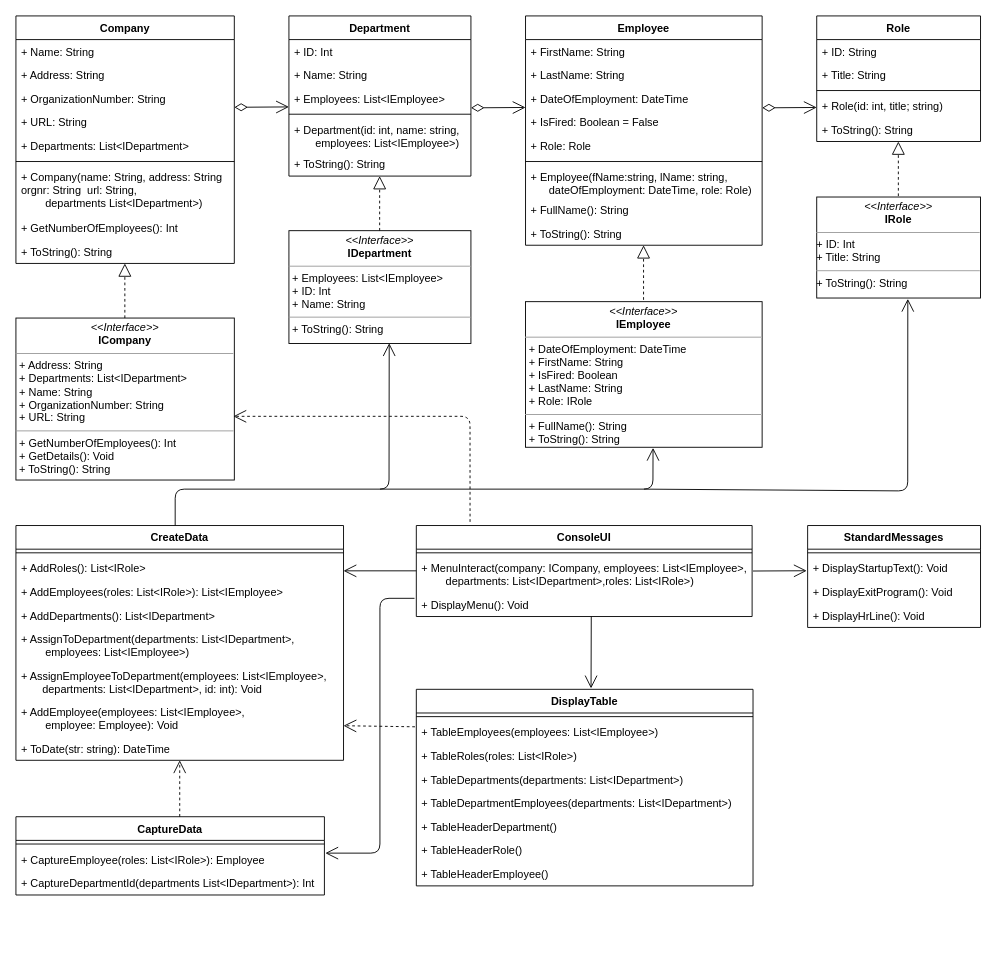
Earlier version of the draw.io diagram laboration_3/DICE.drawio (philipsinnott/gik2f7_laborationer). Source tidied: cells renumbered, new cells numbered last; positions are measured from the earlier drawing's top-left corner, leaving out a move shared by most shapes. Both pictures are drawn from the tidied source at 91%, with x=0, y=0 at pixel (15, 15).
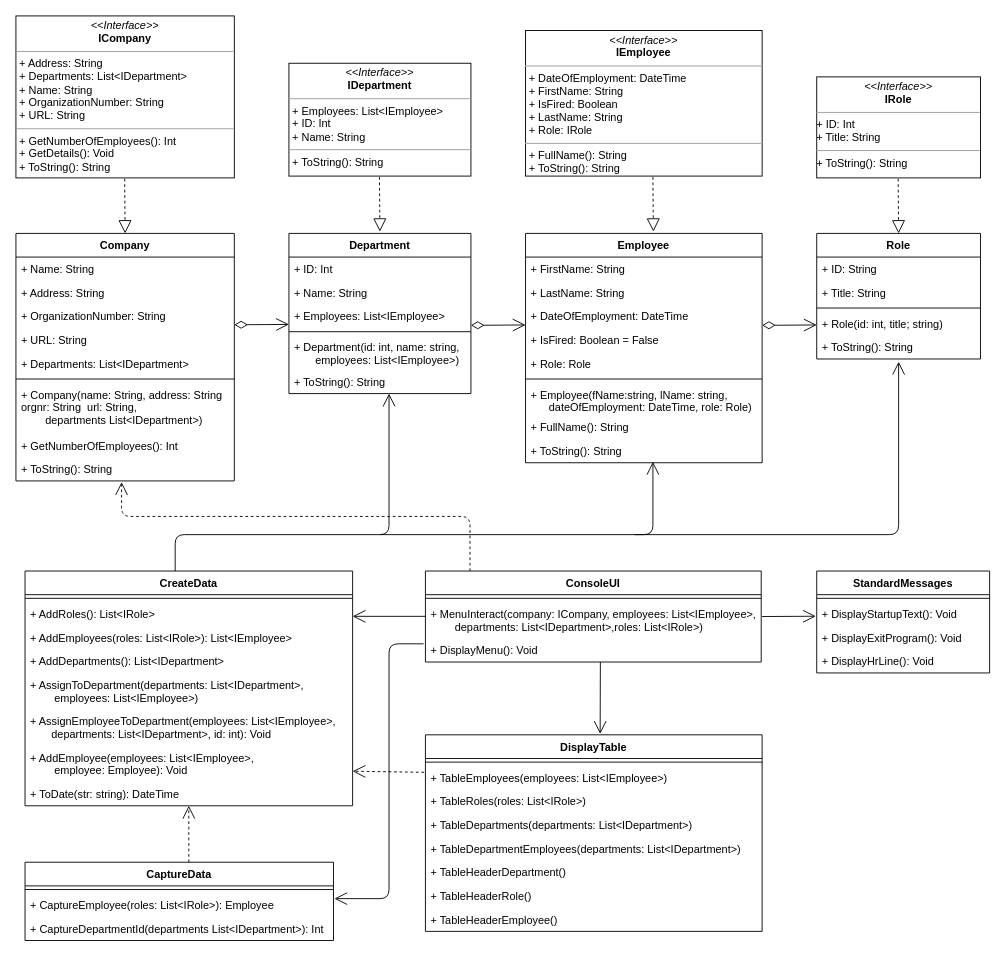
The same diagram, later.

Unchanged cells that the change refers to:
```xml
<mxCell id="15" value="+ Employees: List&lt;IEmployee&gt;" style="text;strokeColor=none;fillColor=none;align=left;verticalAlign=top;spacingLeft=4;spacingRight=4;overflow=hidden;points=[[0,0.5],[1,0.5]];portConstraint=eastwest;" parent="12" vertex="1">
  <mxGeometry y="78" width="200" height="26" as="geometry" />
</mxCell>
<mxCell id="33" value="+ DisplayMenu(): Void" style="text;strokeColor=none;fillColor=none;align=left;verticalAlign=top;spacingLeft=4;spacingRight=4;overflow=hidden;points=[[0,0.5],[1,0.5]];portConstraint=eastwest;" parent="30" vertex="1">
  <mxGeometry y="74" width="369" height="26" as="geometry" />
</mxCell>
<mxCell id="45" value="+ TableEmployees(employees: List&lt;IEmployee&gt;)" style="text;strokeColor=none;fillColor=none;align=left;verticalAlign=top;spacingLeft=4;spacingRight=4;overflow=hidden;points=[[0,0.5],[1,0.5]];portConstraint=eastwest;" parent="43" vertex="1">
  <mxGeometry y="34" width="370" height="26" as="geometry" />
</mxCell>
<mxCell id="54" value="+ CaptureEmployee(roles: List&lt;IRole&gt;): Employee" style="text;strokeColor=none;fillColor=none;align=left;verticalAlign=top;spacingLeft=4;spacingRight=4;overflow=hidden;points=[[0,0.5],[1,0.5]];portConstraint=eastwest;" parent="52" vertex="1">
  <mxGeometry y="34" width="339" height="26" as="geometry" />
</mxCell>
<mxCell id="68" value="+ ToString(): String" style="text;strokeColor=none;fillColor=none;align=left;verticalAlign=top;spacingLeft=4;spacingRight=4;overflow=hidden;points=[[0,0.5],[1,0.5]];portConstraint=eastwest;" parent="59" vertex="1">
  <mxGeometry y="246" width="240" height="26" as="geometry" />
</mxCell>
```

The edit, as a diff of the source:
```diff
@@
     <mxCell id="2" value="Employee" style="swimlane;fontStyle=1;align=center;verticalAlign=top;horizontal=1;startSize=26;" parent="1" vertex="1">
-      <mxGeometry x="560" width="260" height="252" as="geometry" />
+      <mxGeometry x="560" y="239" width="260" height="252" as="geometry" />
     </mxCell>
@@
     <mxCell id="12" value="Department&#10;" style="swimlane;fontStyle=1;align=center;verticalAlign=top;horizontal=1;startSize=26;" parent="1" vertex="1">
-      <mxGeometry x="300" width="200" height="176" as="geometry" />
+      <mxGeometry x="300" y="239" width="200" height="176" as="geometry" />
     </mxCell>
@@
     <mxCell id="19" value="Role" style="swimlane;fontStyle=1;align=center;verticalAlign=top;horizontal=1;startSize=26;" parent="1" vertex="1">
-      <mxGeometry x="880" width="180" height="138" as="geometry" />
+      <mxGeometry x="880" y="239" width="180" height="138" as="geometry" />
     </mxCell>
@@
     <mxCell id="25" value="StandardMessages" style="swimlane;fontStyle=1;align=center;verticalAlign=top;horizontal=1;startSize=26;" parent="1" vertex="1">
-      <mxGeometry x="870" y="560" width="190" height="112" as="geometry" />
+      <mxGeometry x="880" y="610" width="190" height="112" as="geometry" />
     </mxCell>
@@
     <mxCell id="30" value="ConsoleUI" style="swimlane;fontStyle=1;align=center;verticalAlign=top;horizontal=1;startSize=26;" parent="1" vertex="1">
-      <mxGeometry x="440" y="560" width="369" height="100" as="geometry" />
+      <mxGeometry x="450" y="610" width="369" height="100" as="geometry" />
     </mxCell>
@@
     <mxCell id="34" value="CreateData" style="swimlane;fontStyle=1;align=center;verticalAlign=top;horizontal=1;startSize=26;" parent="1" vertex="1">
-      <mxGeometry y="560" width="360" height="258" as="geometry" />
+      <mxGeometry x="10" y="610" width="360" height="258" as="geometry" />
     </mxCell>
@@
     <mxCell id="43" value="DisplayTable" style="swimlane;fontStyle=1;align=center;verticalAlign=top;horizontal=1;startSize=26;" parent="1" vertex="1">
-      <mxGeometry x="440" y="740" width="370" height="216" as="geometry" />
+      <mxGeometry x="450" y="790" width="370" height="216" as="geometry" />
     </mxCell>
@@
     <mxCell id="52" value="CaptureData" style="swimlane;fontStyle=1;align=center;verticalAlign=top;horizontal=1;startSize=26;" parent="1" vertex="1">
-      <mxGeometry y="880" width="339" height="86" as="geometry" />
+      <mxGeometry x="10" y="930" width="339" height="86" as="geometry" />
     </mxCell>
@@
     <mxCell id="56" style="endArrow=open;html=1;startArrow=diamondThin;startFill=0;strokeWidth=1;endSize=12;startSize=12;endFill=0;" parent="1" edge="1">
       <mxGeometry relative="1" as="geometry">
-        <mxPoint x="500" y="101" as="sourcePoint" />
-        <mxPoint x="560" y="100.6" as="targetPoint" />
+        <mxPoint x="500" y="340" as="sourcePoint" />
+        <mxPoint x="560" y="339.6" as="targetPoint" />
       </mxGeometry>
     </mxCell>
     <mxCell id="57" style="endArrow=open;endFill=0;endSize=12;html=1;entryX=1.003;entryY=0.231;entryDx=0;entryDy=0;entryPerimeter=0;" parent="1" edge="1" target="54">
       <mxGeometry relative="1" as="geometry">
-        <mxPoint x="438" y="640" as="sourcePoint" />
+        <mxPoint x="448" y="690" as="sourcePoint" />
         <Array as="points">
-          <mxPoint x="400" y="640" />
-          <mxPoint x="400" y="920" />
+          <mxPoint x="410" y="690" />
+          <mxPoint x="410" y="970" />
         </Array>
       </mxGeometry>
     </mxCell>
     <mxCell id="58" style="endArrow=open;html=1;startArrow=diamondThin;startFill=0;strokeWidth=1;endSize=12;startSize=12;endFill=0;entryX=0;entryY=0.846;entryDx=0;entryDy=0;entryPerimeter=0;" parent="1" edge="1" target="15">
       <mxGeometry relative="1" as="geometry">
-        <mxPoint x="240" y="100.4" as="sourcePoint" />
+        <mxPoint x="240" y="339.4" as="sourcePoint" />
       </mxGeometry>
     </mxCell>
     <mxCell id="59" value="Company" style="swimlane;fontStyle=1;align=center;verticalAlign=top;horizontal=1;startSize=26;" parent="1" vertex="1">
-      <mxGeometry width="240" height="272" as="geometry" />
+      <mxGeometry y="239" width="240" height="272" as="geometry" />
     </mxCell>
@@
     <mxCell id="69" value="&lt;p style=&quot;margin: 0px ; margin-top: 4px ; text-align: center&quot;&gt;&lt;i&gt;&amp;lt;&amp;lt;Interface&amp;gt;&amp;gt;&lt;/i&gt;&lt;br&gt;&lt;b&gt;ICompany&lt;/b&gt;&lt;/p&gt;&lt;hr size=&quot;1&quot;&gt;&lt;p style=&quot;margin: 0px ; margin-left: 4px&quot;&gt;+ Address: String&lt;br&gt;+ Departments: List&amp;lt;IDepartment&amp;gt;&lt;/p&gt;&lt;p style=&quot;margin: 0px ; margin-left: 4px&quot;&gt;+ Name: String&lt;/p&gt;&lt;p style=&quot;margin: 0px ; margin-left: 4px&quot;&gt;+ OrganizationNumber: String&lt;/p&gt;&lt;p style=&quot;margin: 0px ; margin-left: 4px&quot;&gt;+ URL: String&lt;br&gt;&lt;/p&gt;&lt;hr size=&quot;1&quot;&gt;&lt;p style=&quot;margin: 0px ; margin-left: 4px&quot;&gt;+ GetNumberOfEmployees(): Int&lt;span&gt;&lt;br&gt;&lt;/span&gt;&lt;/p&gt;&lt;p style=&quot;margin: 0px ; margin-left: 4px&quot;&gt;+ GetDetails(): Void&lt;br&gt;&lt;/p&gt;&lt;p style=&quot;margin: 0px ; margin-left: 4px&quot;&gt;&lt;span&gt;+ ToString(): String&lt;/span&gt;&lt;br&gt;&lt;/p&gt;" style="verticalAlign=top;align=left;overflow=fill;fontSize=12;fontFamily=Helvetica;html=1;" parent="1" vertex="1">
-      <mxGeometry y="332" width="240" height="178" as="geometry" />
+      <mxGeometry width="240" height="178" as="geometry" />
     </mxCell>
     <mxCell id="70" value="&lt;p style=&quot;margin: 0px ; margin-top: 4px ; text-align: center&quot;&gt;&lt;i&gt;&amp;lt;&amp;lt;Interface&amp;gt;&amp;gt;&lt;/i&gt;&lt;br&gt;&lt;b&gt;IDepartment&lt;/b&gt;&lt;br&gt;&lt;/p&gt;&lt;hr size=&quot;1&quot;&gt;&lt;p style=&quot;margin: 0px ; margin-left: 4px&quot;&gt;+ Employees: List&amp;lt;IEmployee&amp;gt;&lt;br&gt;+ ID: Int&lt;/p&gt;&lt;p style=&quot;margin: 0px ; margin-left: 4px&quot;&gt;+ Name: String&lt;br&gt;&lt;/p&gt;&lt;hr size=&quot;1&quot;&gt;&lt;p style=&quot;margin: 0px ; margin-left: 4px&quot;&gt;&lt;span&gt;+ ToString(): String&lt;/span&gt;&lt;br&gt;&lt;/p&gt;" style="verticalAlign=top;align=left;overflow=fill;fontSize=12;fontFamily=Helvetica;html=1;" parent="1" vertex="1">
-      <mxGeometry x="300" y="236" width="200" height="124" as="geometry" />
+      <mxGeometry x="300" y="52" width="200" height="124" as="geometry" />
     </mxCell>
     <mxCell id="71" value="&lt;p style=&quot;margin: 0px ; margin-top: 4px ; text-align: center&quot;&gt;&lt;i&gt;&amp;lt;&amp;lt;Interface&amp;gt;&amp;gt;&lt;/i&gt;&lt;br&gt;&lt;b&gt;IEmployee&lt;/b&gt;&lt;br&gt;&lt;/p&gt;&lt;hr size=&quot;1&quot;&gt;&lt;p style=&quot;margin: 0px ; margin-left: 4px&quot;&gt;+ DateOfEmployment: DateTime&lt;br&gt;+ FirstName: String&lt;br&gt;&lt;/p&gt;&lt;p style=&quot;margin: 0px ; margin-left: 4px&quot;&gt;+ IsFired: Boolean&lt;br&gt;&lt;/p&gt;&lt;p style=&quot;margin: 0px ; margin-left: 4px&quot;&gt;+ LastName: String&lt;br&gt;&lt;/p&gt;&lt;p style=&quot;margin: 0px ; margin-left: 4px&quot;&gt;+ Role: IRole&lt;br&gt;&lt;/p&gt;&lt;hr size=&quot;1&quot;&gt;&lt;p style=&quot;margin: 0px ; margin-left: 4px&quot;&gt;+ FullName(): String&lt;/p&gt;&lt;p style=&quot;margin: 0px ; margin-left: 4px&quot;&gt;&lt;span&gt;+ ToString(): String&lt;/span&gt;&lt;br&gt;&lt;/p&gt;" style="verticalAlign=top;align=left;overflow=fill;fontSize=12;fontFamily=Helvetica;html=1;" parent="1" vertex="1">
-      <mxGeometry x="560" y="314" width="260" height="160" as="geometry" />
+      <mxGeometry x="560" y="16" width="260" height="160" as="geometry" />
     </mxCell>
     <mxCell id="72" value="&lt;p style=&quot;margin: 0px ; margin-top: 4px ; text-align: center&quot;&gt;&lt;i&gt;&amp;lt;&amp;lt;Interface&amp;gt;&amp;gt;&lt;/i&gt;&lt;br&gt;&lt;b&gt;IRole&lt;/b&gt;&lt;br&gt;&lt;/p&gt;&lt;hr size=&quot;1&quot;&gt;&lt;div&gt;+ ID: Int&lt;/div&gt;&lt;div&gt;+ Title: String&lt;br&gt;&lt;/div&gt;&lt;hr size=&quot;1&quot;&gt;&lt;p style=&quot;margin: 0px ; margin-left: 4px&quot;&gt;&lt;/p&gt;+ ToString(): String" style="verticalAlign=top;align=left;overflow=fill;fontSize=12;fontFamily=Helvetica;html=1;" parent="1" vertex="1">
-      <mxGeometry x="880" y="199" width="180" height="111" as="geometry" />
+      <mxGeometry x="880" y="67" width="180" height="111" as="geometry" />
     </mxCell>
-    <mxCell id="73" style="endArrow=block;dashed=1;endFill=0;endSize=12;html=1;" parent="1" edge="1">
-      <mxGeometry relative="1" as="geometry">
-        <mxPoint x="969.7" y="198" as="sourcePoint" />
-        <mxPoint x="969.7" y="138" as="targetPoint" />
-      </mxGeometry>
-    </mxCell>
     <mxCell id="74" style="endArrow=open;endFill=0;endSize=12;html=1;" parent="1" edge="1">
       <mxGeometry relative="1" as="geometry">
-        <mxPoint x="810" y="610" as="sourcePoint" />
-        <mxPoint x="869" y="609.7" as="targetPoint" />
+        <mxPoint x="820" y="660" as="sourcePoint" />
+        <mxPoint x="879" y="659.7" as="targetPoint" />
       </mxGeometry>
     </mxCell>
     <mxCell id="75" style="endArrow=open;endFill=0;endSize=12;html=1;exitX=0.521;exitY=1;exitDx=0;exitDy=0;exitPerimeter=0;" parent="1" edge="1" source="33">
       <mxGeometry relative="1" as="geometry">
-        <mxPoint x="632" y="739" as="targetPoint" />
+        <mxPoint x="642" y="789" as="targetPoint" />
       </mxGeometry>
     </mxCell>
-    <mxCell id="76" style="endArrow=open;endFill=0;endSize=12;html=1;dashed=1;exitX=0.16;exitY=-0.04;exitDx=0;exitDy=0;exitPerimeter=0;" parent="1" edge="1" source="30">
+    <mxCell id="76" style="endArrow=open;endFill=0;endSize=12;html=1;dashed=1;entryX=0.484;entryY=1.051;entryDx=0;entryDy=0;entryPerimeter=0;" parent="1" edge="1" target="68">
       <mxGeometry relative="1" as="geometry">
-        <mxPoint x="239" y="440" as="targetPoint" />
+        <mxPoint x="499" y="610" as="sourcePoint" />
         <Array as="points">
-          <mxPoint x="499" y="440" />
+          <mxPoint x="499" y="550" />
+          <mxPoint x="116" y="550" />
         </Array>
       </mxGeometry>
     </mxCell>
     <mxCell id="77" style="endArrow=open;html=1;startArrow=diamondThin;startFill=0;strokeWidth=1;endSize=12;startSize=12;endFill=0;" parent="1" edge="1">
       <mxGeometry relative="1" as="geometry">
-        <mxPoint x="820" y="101" as="sourcePoint" />
-        <mxPoint x="880" y="100.6" as="targetPoint" />
+        <mxPoint x="820" y="340" as="sourcePoint" />
+        <mxPoint x="880" y="339.6" as="targetPoint" />
       </mxGeometry>
     </mxCell>
-    <mxCell id="78" style="endArrow=block;dashed=1;endFill=0;endSize=12;html=1;" parent="1" edge="1">
-      <mxGeometry relative="1" as="geometry">
-        <mxPoint x="689.7" y="312" as="sourcePoint" />
-        <mxPoint x="689.7" y="252" as="targetPoint" />
-      </mxGeometry>
-    </mxCell>
-    <mxCell id="79" style="endArrow=block;dashed=1;endFill=0;endSize=12;html=1;" parent="1" edge="1">
-      <mxGeometry relative="1" as="geometry">
-        <mxPoint x="399.7" y="236" as="sourcePoint" />
-        <mxPoint x="399.7" y="176" as="targetPoint" />
-      </mxGeometry>
-    </mxCell>
     <mxCell id="80" style="endArrow=block;dashed=1;endFill=0;endSize=12;html=1;" parent="1" edge="1">
       <mxGeometry relative="1" as="geometry">
-        <mxPoint x="119.7" y="332" as="sourcePoint" />
-        <mxPoint x="119.7" y="272" as="targetPoint" />
+        <mxPoint x="119.5" y="179" as="sourcePoint" />
+        <mxPoint x="120" y="239" as="targetPoint" />
       </mxGeometry>
     </mxCell>
     <mxCell id="81" style="endArrow=open;endFill=0;endSize=12;html=1;dashed=1;" parent="1" edge="1">
       <mxGeometry relative="1" as="geometry">
-        <mxPoint x="180" y="880" as="sourcePoint" />
-        <mxPoint x="180" y="818" as="targetPoint" />
+        <mxPoint x="190" y="930" as="sourcePoint" />
+        <mxPoint x="190" y="868" as="targetPoint" />
       </mxGeometry>
     </mxCell>
     <mxCell id="82" style="endArrow=open;endFill=0;endSize=12;html=1;dashed=1;exitX=-0.004;exitY=0.276;exitDx=0;exitDy=0;exitPerimeter=0;" parent="1" edge="1" source="45">
       <mxGeometry relative="1" as="geometry">
-        <mxPoint x="360" y="780" as="targetPoint" />
+        <mxPoint x="370" y="830" as="targetPoint" />
       </mxGeometry>
     </mxCell>
     <mxCell id="83" style="endArrow=open;endFill=0;endSize=12;html=1;" parent="1" edge="1">
       <mxGeometry relative="1" as="geometry">
-        <mxPoint x="440" y="609.8" as="sourcePoint" />
-        <mxPoint x="360" y="609.8" as="targetPoint" />
+        <mxPoint x="450" y="659.8" as="sourcePoint" />
+        <mxPoint x="370" y="659.8" as="targetPoint" />
       </mxGeometry>
     </mxCell>
-    <mxCell id="84" style="endArrow=open;endFill=0;endSize=12;html=1;entryX=0.551;entryY=0.997;entryDx=0;entryDy=0;entryPerimeter=0;" parent="1" edge="1" target="70">
+    <mxCell id="84" style="endArrow=open;endFill=0;endSize=12;html=1;" parent="1" edge="1">
       <mxGeometry relative="1" as="geometry">
-        <mxPoint x="175" y="560" as="sourcePoint" />
+        <mxPoint x="175" y="610" as="sourcePoint" />
+        <mxPoint x="410" y="415" as="targetPoint" />
         <Array as="points">
-          <mxPoint x="175" y="520" />
-          <mxPoint x="410" y="520" />
+          <mxPoint x="175" y="570" />
+          <mxPoint x="410" y="570" />
         </Array>
       </mxGeometry>
     </mxCell>
-    <mxCell id="85" style="endArrow=open;endFill=0;endSize=12;html=1;entryX=0.539;entryY=1.004;entryDx=0;entryDy=0;entryPerimeter=0;" parent="1" edge="1" target="71">
+    <mxCell id="85" style="endArrow=open;endFill=0;endSize=12;html=1;" parent="1" edge="1">
       <mxGeometry relative="1" as="geometry">
-        <mxPoint x="400" y="520" as="sourcePoint" />
+        <mxPoint x="400" y="570" as="sourcePoint" />
+        <mxPoint x="700" y="490" as="targetPoint" />
         <Array as="points">
-          <mxPoint x="700" y="520" />
+          <mxPoint x="700" y="570" />
         </Array>
       </mxGeometry>
     </mxCell>
-    <mxCell id="86" style="endArrow=open;endFill=0;endSize=12;html=1;entryX=0.556;entryY=1.008;entryDx=0;entryDy=0;entryPerimeter=0;" parent="1" edge="1" target="72">
+    <mxCell id="86" style="endArrow=open;endFill=0;endSize=12;html=1;" parent="1" edge="1">
       <mxGeometry relative="1" as="geometry">
-        <mxPoint x="690" y="520" as="sourcePoint" />
+        <mxPoint x="680" y="570" as="sourcePoint" />
+        <mxPoint x="970" y="380" as="targetPoint" />
         <Array as="points">
-          <mxPoint x="980" y="522" />
+          <mxPoint x="970" y="570" />
         </Array>
       </mxGeometry>
     </mxCell>
+    <mxCell id="87" style="endArrow=block;dashed=1;endFill=0;endSize=12;html=1;" parent="1" edge="1">
+      <mxGeometry relative="1" as="geometry">
+        <mxPoint x="399.5" y="177" as="sourcePoint" />
+        <mxPoint x="400" y="237" as="targetPoint" />
+      </mxGeometry>
+    </mxCell>
+    <mxCell id="88" style="endArrow=block;dashed=1;endFill=0;endSize=12;html=1;" parent="1" edge="1">
+      <mxGeometry relative="1" as="geometry">
+        <mxPoint x="700" y="177" as="sourcePoint" />
+        <mxPoint x="700.5" y="237" as="targetPoint" />
+      </mxGeometry>
+    </mxCell>
+    <mxCell id="89" style="endArrow=block;dashed=1;endFill=0;endSize=12;html=1;" parent="1" edge="1">
+      <mxGeometry relative="1" as="geometry">
+        <mxPoint x="969.5" y="179" as="sourcePoint" />
+        <mxPoint x="970" y="239" as="targetPoint" />
+      </mxGeometry>
+    </mxCell>
```
